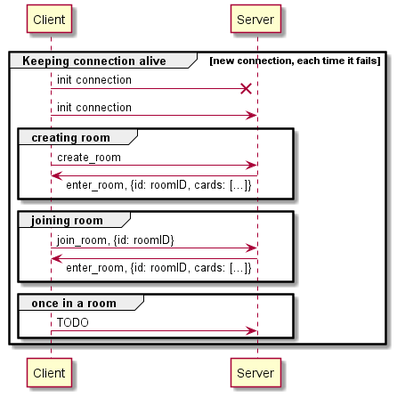
Earlier version of the PlantUML export websockets.png (tsepton/Conception_Mobile).
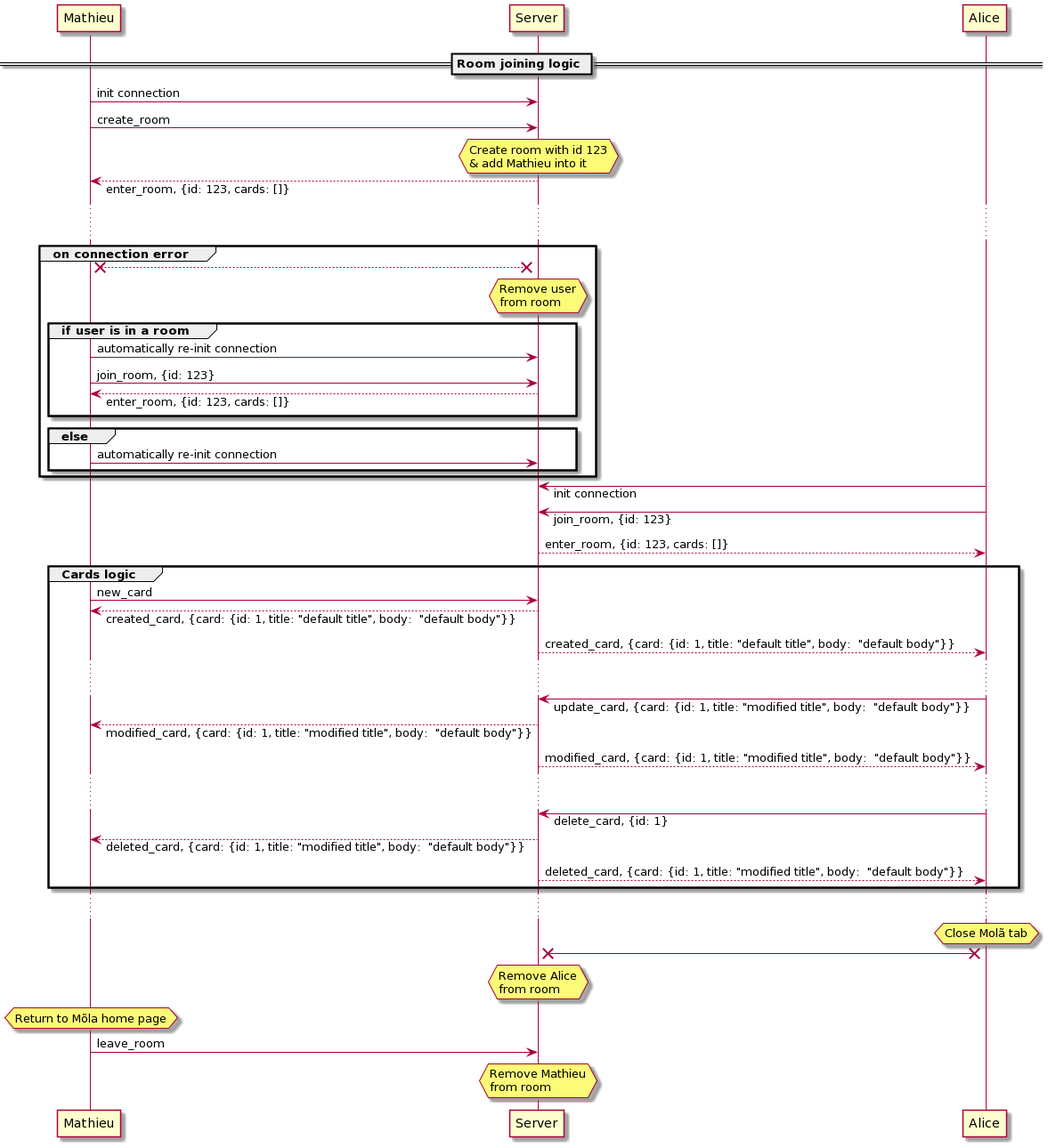
After the commit.

Commit message:
Update websocket scenario documentation

Change to the diagram source:
```diff
@@ -1,23 +1,63 @@
 @startuml
 skinparam responseMessageBelowArrow true
 
-group Keeping connection alive [new connection, each time it fails]
-    Client ->x Server :  init connection
-    Client -> Server : init connection
-group creating room
-    Client -> Server : create_room
-    Server -> Client : enter_room, {id: roomID, cards: [...]}
+participant Mathieu
+participant Server
+participant Alice
+
+== Room joining logic ==
+
+Mathieu -> Server : init connection
+Mathieu -> Server : create_room
+hnote over Server : Create room with id 123\n& add Mathieu into it
+Server --> Mathieu : enter_room, {id: 123, cards: []}
+
+...  ...
+
+
+group on connection error
+    Mathieu x<-->x Server
+    hnote over Server : Remove user\nfrom room
+group if user is in a room
+    Mathieu -> Server : automatically re-init connection
+    Mathieu -> Server : join_room, {id: 123}
+    Server --> Mathieu : enter_room, {id: 123, cards: []}
 end
-
-group joining room
-    Client -> Server : join_room, {id: roomID}
-    Server -> Client : enter_room, {id: roomID, cards: [...]}
-end
-
-group once in a room
-    Client -> Server : TODO
+group else
+    Mathieu -> Server : automatically re-init connection
 end
 end
 
+Alice -> Server : init connection
+Alice -> Server : join_room, {id: 123}
+Server --> Alice : enter_room, {id: 123, cards: []}
 
+group Cards logic
+Mathieu -> Server : new_card
+Server --> Mathieu : created_card, {card: {id: 1, title: "default title", body:  "default body"}}
+Server --> Alice : created_card, {card: {id: 1, title: "default title", body:  "default body"}}
+
+... ...
+
+Alice -> Server : update_card, {card: {id: 1, title: "modified title", body:  "default body"}}
+Server --> Mathieu : modified_card, {card: {id: 1, title: "modified title", body:  "default body"}}
+Server --> Alice : modified_card, {card: {id: 1, title: "modified title", body:  "default body"}}
+
+... ...
+
+
+Alice -> Server : delete_card, {id: 1}
+Server --> Mathieu : deleted_card, {card: {id: 1, title: "modified title", body:  "default body"}}
+Server --> Alice : deleted_card, {card: {id: 1, title: "modified title", body:  "default body"}}
+
+end
+
+...
+
+hnote over Alice: Close Molã tab
+Alice x-x Server
+hnote over Server : Remove Alice\nfrom room
+hnote over Mathieu : Return to Mõla home page
+Mathieu -> Server : leave_room
+hnote over Server : Remove Mathieu\nfrom room
 @enduml
```
